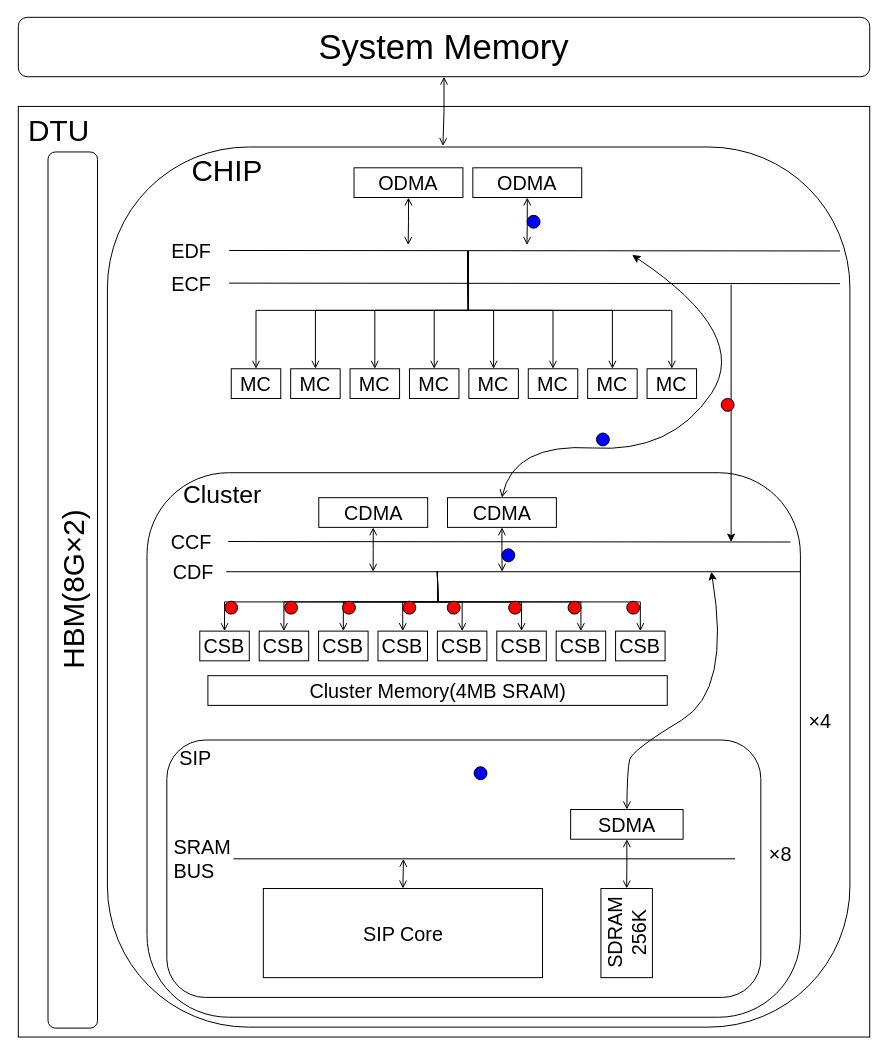
Earlier version of the draw.io diagram diagram/bpm.drawio (dracohan/withon). Source tidied: cells renumbered, new cells numbered last; positions are measured from the earlier drawing's top-left corner, leaving out a move shared by most shapes. Both pictures are drawn from the tidied source at 99%, with x=0, y=0 at pixel (18, 17).
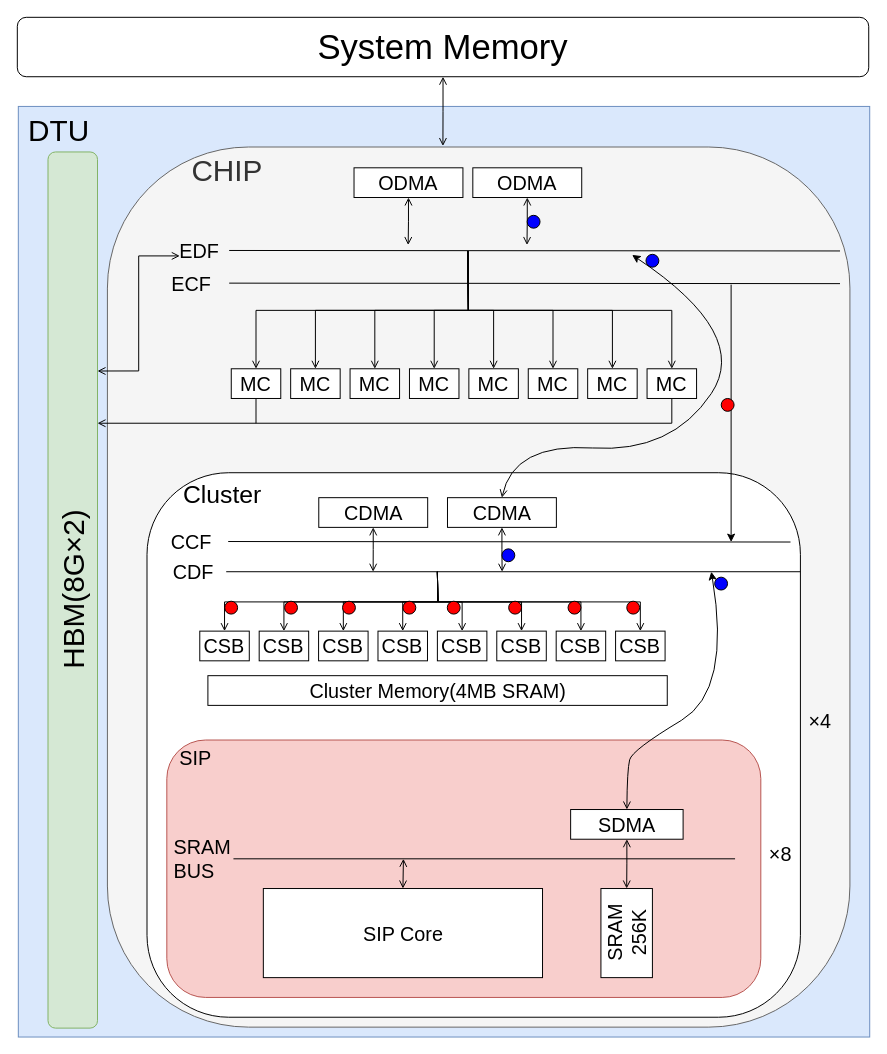
The same page after the edit.

Unchanged cells that the change refers to:
```xml
<mxCell id="22" value="MC" style="rounded=0;whiteSpace=wrap;html=1;align=center;fontSize=20;" parent="1" vertex="1">
  <mxGeometry x="215.1" y="355" width="50" height="30" as="geometry" />
</mxCell>
<mxCell id="36" value="MC" style="rounded=0;whiteSpace=wrap;html=1;align=center;fontSize=20;" parent="1" vertex="1">
  <mxGeometry x="635.1" y="355" width="50" height="30" as="geometry" />
</mxCell>
```

Change to the diagram source:
```diff
@@
-    <mxCell id="2" value="&lt;font style=&quot;font-size: 30px&quot;&gt;&amp;nbsp;DTU&lt;/font&gt;" style="rounded=0;whiteSpace=wrap;html=1;strokeColor=#000000;fillColor=#FFFFFF;fontSize=20;align=left;verticalAlign=top;" parent="1" vertex="1">
+    <mxCell id="2" value="&lt;font style=&quot;font-size: 30px&quot;&gt;&amp;nbsp;DTU&lt;/font&gt;" style="rounded=0;whiteSpace=wrap;html=1;strokeColor=#6c8ebf;fillColor=#dae8fc;fontSize=20;align=left;verticalAlign=top;" parent="1" vertex="1">
       <mxGeometry y="90" width="860" height="940" as="geometry" />
     </mxCell>
-    <mxCell id="3" value="&lt;font style=&quot;font-size: 30px&quot;&gt;&amp;nbsp; &amp;nbsp; &amp;nbsp; &amp;nbsp; &amp;nbsp; CHIP&lt;/font&gt;" style="rounded=1;whiteSpace=wrap;html=1;align=left;verticalAlign=top;fontSize=25;arcSize=19;" parent="1" vertex="1">
+    <mxCell id="3" value="&lt;font style=&quot;font-size: 30px&quot;&gt;&amp;nbsp; &amp;nbsp; &amp;nbsp; &amp;nbsp; &amp;nbsp; CHIP&lt;/font&gt;" style="rounded=1;whiteSpace=wrap;html=1;align=left;verticalAlign=top;fontSize=25;arcSize=19;fillColor=#f5f5f5;strokeColor=#666666;fontColor=#333333;" parent="1" vertex="1">
       <mxGeometry x="90" y="131" width="750" height="889" as="geometry" />
     </mxCell>
@@
+    <mxCell id="83" style="edgeStyle=orthogonalEdgeStyle;rounded=0;jettySize=auto;html=1;exitX=0.5;exitY=1;exitDx=0;exitDy=0;startArrow=none;startFill=0;endArrow=open;endFill=0;strokeColor=#000000;fontSize=20;" parent="1" edge="1" source="22" target="50">
+      <mxGeometry relative="1" as="geometry">
+        <Array as="points">
+          <mxPoint x="240" y="410" />
+        </Array>
+      </mxGeometry>
+    </mxCell>
@@
+    <mxCell id="84" style="edgeStyle=orthogonalEdgeStyle;rounded=0;jettySize=auto;html=1;exitX=0.5;exitY=1;exitDx=0;exitDy=0;startArrow=none;startFill=0;endArrow=none;endFill=0;strokeColor=#000000;fontSize=20;" parent="1" edge="1" source="36">
+      <mxGeometry relative="1" as="geometry">
+        <mxPoint x="240" y="410" as="targetPoint" />
+        <Array as="points">
+          <mxPoint x="660" y="410" />
+        </Array>
+      </mxGeometry>
+    </mxCell>
@@
     <mxCell id="38" value="EDF" style="text;html=1;strokeColor=none;fillColor=none;align=center;verticalAlign=middle;whiteSpace=wrap;rounded=0;fontSize=20;" parent="1" vertex="1">
-      <mxGeometry x="155.1" y="226" width="40" height="20" as="geometry" />
+      <mxGeometry x="163.1" y="226" width="40" height="20" as="geometry" />
     </mxCell>
@@
+    <mxCell id="85" style="edgeStyle=orthogonalEdgeStyle;rounded=0;jettySize=auto;html=1;exitX=1;exitY=0.25;exitDx=0;exitDy=0;entryX=0;entryY=0.75;entryDx=0;entryDy=0;startArrow=open;startFill=0;endArrow=open;endFill=0;strokeColor=#000000;fontSize=20;" parent="1" edge="1" source="50" target="38">
+      <mxGeometry relative="1" as="geometry" />
+    </mxCell>
-    <mxCell id="50" value="&lt;font style=&quot;font-size: 30px&quot;&gt;HBM(8G×2)&lt;/font&gt;" style="rounded=1;whiteSpace=wrap;html=1;align=center;direction=east;flipV=0;horizontal=0;fontSize=25;" parent="1" vertex="1">
+    <mxCell id="50" value="&lt;font style=&quot;font-size: 30px&quot;&gt;HBM(8G×2)&lt;/font&gt;" style="rounded=1;whiteSpace=wrap;html=1;align=center;direction=east;flipV=0;horizontal=0;fontSize=25;fillColor=#d5e8d4;strokeColor=#82b366;" parent="1" vertex="1">
       <mxGeometry x="30" y="136" width="50" height="885" as="geometry" />
     </mxCell>
-    <mxCell id="51" value="&lt;font style=&quot;font-size: 20px;&quot;&gt;&amp;nbsp; SIP&lt;/font&gt;" style="rounded=1;whiteSpace=wrap;html=1;align=left;verticalAlign=top;fontSize=20;" parent="1" vertex="1">
+    <mxCell id="51" value="&lt;font style=&quot;font-size: 20px;&quot;&gt;&amp;nbsp; SIP&lt;/font&gt;" style="rounded=1;whiteSpace=wrap;html=1;align=left;verticalAlign=top;fontSize=20;fillColor=#f8cecc;strokeColor=#b85450;" parent="1" vertex="1">
       <mxGeometry x="150" y="730" width="600" height="260" as="geometry" />
     </mxCell>
@@
-    <mxCell id="54" value="SDRAM&lt;br&gt;256K" style="rounded=0;whiteSpace=wrap;html=1;align=center;fontSize=20;horizontal=0;" parent="1" vertex="1">
+    <mxCell id="54" value="SRAM&lt;br&gt;256K" style="rounded=0;whiteSpace=wrap;html=1;align=center;fontSize=20;horizontal=0;" parent="1" vertex="1">
       <mxGeometry x="588.5" y="880" width="52" height="90" as="geometry" />
     </mxCell>
@@
     <mxCell id="60" value="&lt;font style=&quot;font-size: 35px&quot;&gt;System Memory&lt;/font&gt;" style="rounded=1;whiteSpace=wrap;html=1;fontSize=20;align=center;" parent="1" vertex="1">
-      <mxGeometry width="860" height="60" as="geometry" />
+      <mxGeometry x="-1" width="860" height="60" as="geometry" />
     </mxCell>
@@
     <mxCell id="77" style="ellipse;whiteSpace=wrap;html=1;fontSize=20;align=center;fillColor=#0000FF;" parent="1" vertex="1">
-      <mxGeometry x="584" y="419.9" width="13" height="13" as="geometry" />
+      <mxGeometry x="634" y="239.4" width="13" height="13" as="geometry" />
     </mxCell>
@@
     <mxCell id="80" style="ellipse;whiteSpace=wrap;html=1;fontSize=20;align=center;fillColor=#0000FF;" parent="1" vertex="1">
-      <mxGeometry x="460.4" y="757" width="13" height="13" as="geometry" />
+      <mxGeometry x="703.4" y="565.5" width="13" height="13" as="geometry" />
     </mxCell>
```
